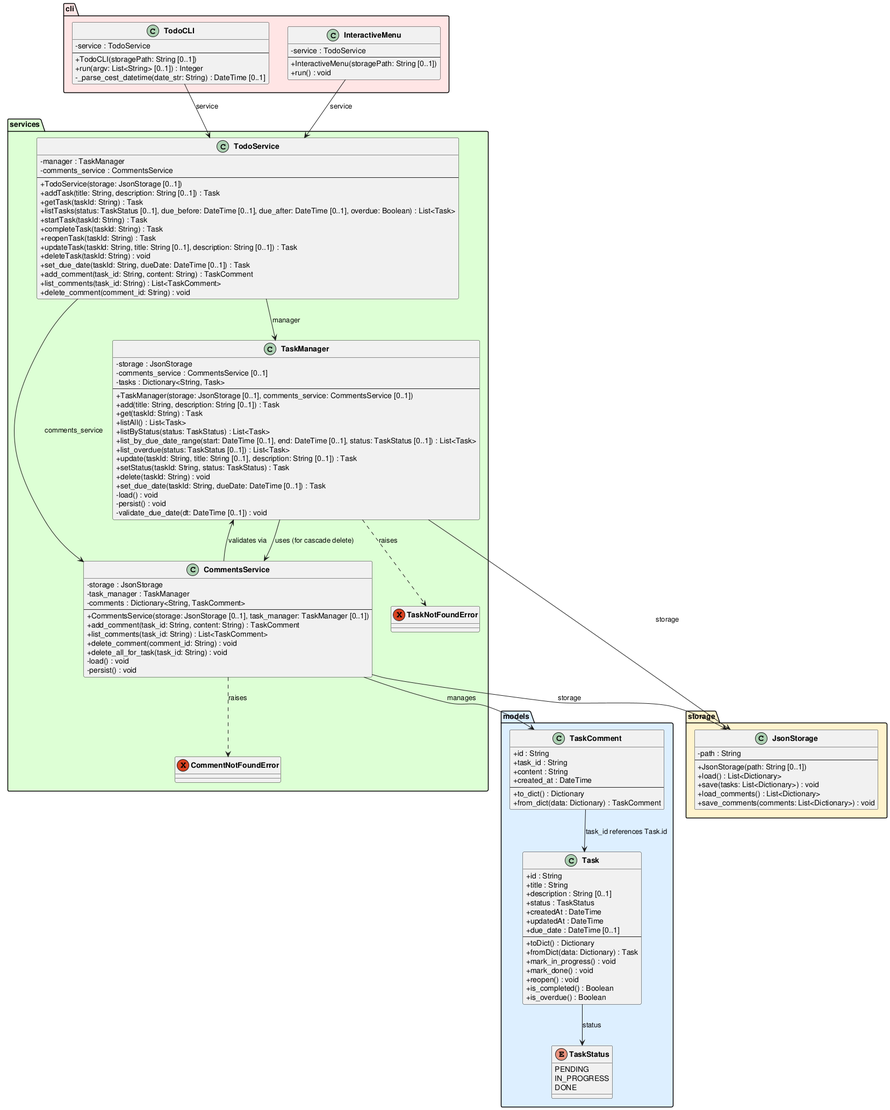
The PlantUML diagram experiments/supervisor_as_tools/structured_text/TODO/artifacts/class_diagram.png in DanielRiha8906/Software_autoevolution_using_agents, before a commit.
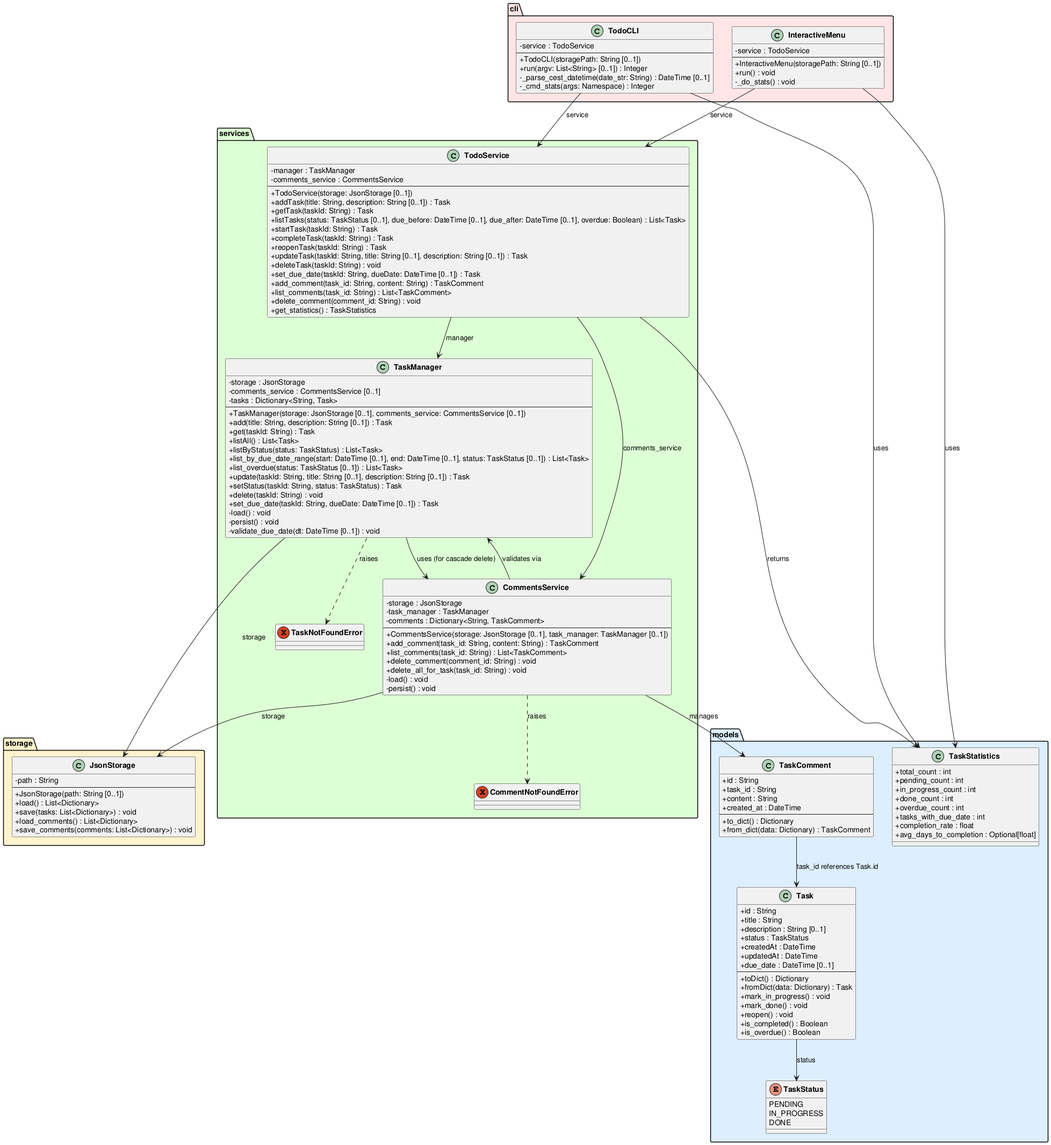
After the change.

Change to the diagram source:
```diff
@@ -36,6 +36,17 @@
         --
         +to_dict() : Dictionary
         +from_dict(data: Dictionary) : TaskComment
+    }
+
+    class TaskStatistics {
+        +total_count : int
+        +pending_count : int
+        +in_progress_count : int
+        +done_count : int
+        +overdue_count : int
+        +tasks_with_due_date : int
+        +completion_rate : float
+        +avg_days_to_completion : Optional[float]
     }
 }
 
@@ -107,6 +118,7 @@
         +add_comment(task_id: String, content: String) : TaskComment
         +list_comments(task_id: String) : List<TaskComment>
         +delete_comment(comment_id: String) : void
+        +get_statistics() : TaskStatistics
     }
 }
 
@@ -117,6 +129,7 @@
         +TodoCLI(storagePath: String [0..1])
         +run(argv: List<String> [0..1]) : Integer
         -_parse_cest_datetime(date_str: String) : DateTime [0..1]
+        -_cmd_stats(args: Namespace) : Integer
     }
 
     class InteractiveMenu {
@@ -124,6 +137,7 @@
         --
         +InteractiveMenu(storagePath: String [0..1])
         +run() : void
+        -_do_stats() : void
     }
 }
 
@@ -138,7 +152,10 @@
 CommentsService ..> CommentNotFoundError : raises
 TodoService --> TaskManager : manager
 TodoService --> CommentsService : comments_service
+TodoService --> TaskStatistics : returns
 TodoCLI --> TodoService : service
+TodoCLI --> TaskStatistics : uses
 InteractiveMenu --> TodoService : service
+InteractiveMenu --> TaskStatistics : uses
 
 @enduml
```
